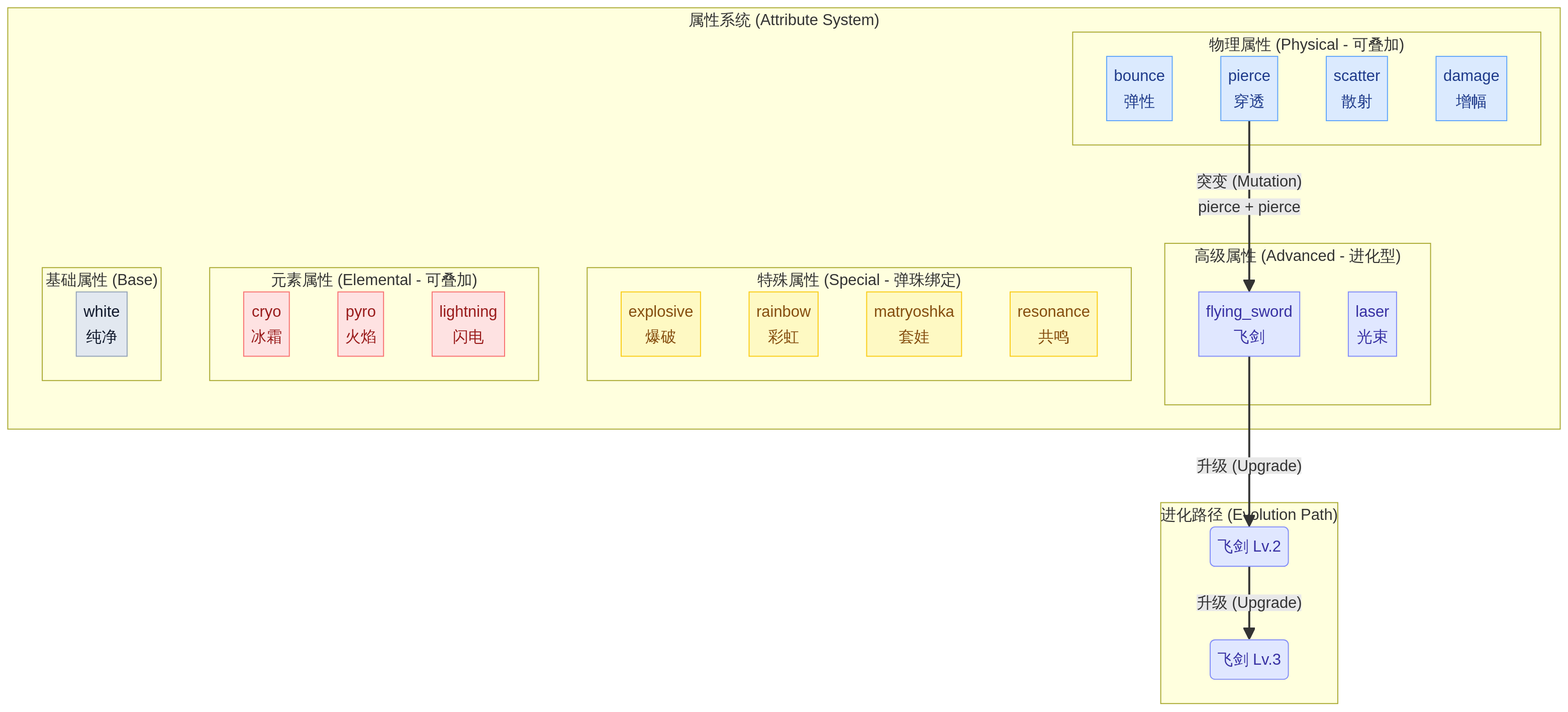
This is docs_attribute_flow.png from gdszyy/echo-alchemist-v2-1766564886, a Mermaid export, as it was before one commit. Its source is kept beside it as docs_attribute_flow.mmd.
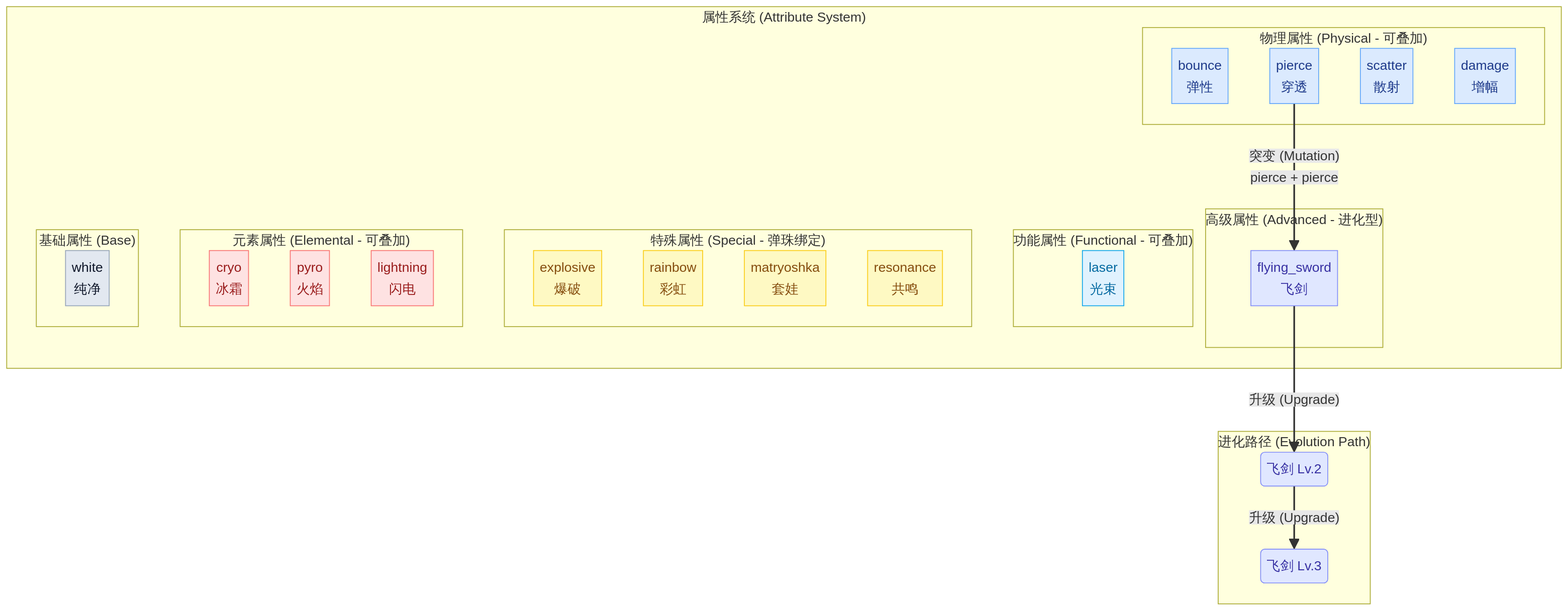
After the commit.

Commit message:
fix: Corrected laser attribute classification to Functional/Stackable

What changed in the source:
```diff
@@ -26,9 +26,12 @@
             D4[resonance<br>共鸣]
         end
 
+        subgraph "功能属性 (Functional - 可叠加)"
+            F1[laser<br>光束]
+        end
+
         subgraph "高级属性 (Advanced - 进化型)"
             E1[flying_sword<br>飞剑]
-            E2[laser<br>光束]
         end
     end
 
@@ -43,10 +46,12 @@
     classDef physical fill:#dbeafe,stroke:#60a5fa,color:#1e3a8a
     classDef elemental fill:#fee2e2,stroke:#f87171,color:#991b1b
     classDef special fill:#fef9c3,stroke:#facc15,color:#854d0e
+    classDef functional fill:#e0f2fe,stroke:#0ea5e9,color:#0369a1
     classDef advanced fill:#e0e7ff,stroke:#818cf8,color:#3730a3
 
     class A base
     class B1,B2,B3,B4 physical
     class C1,C2,C3 elemental
     class D1,D2,D3,D4 special
-    class E1,E2,E1_LV2,E1_LV3 advanced
+    class F1 functional
+    class E1,E1_LV2,E1_LV3 advanced
```
